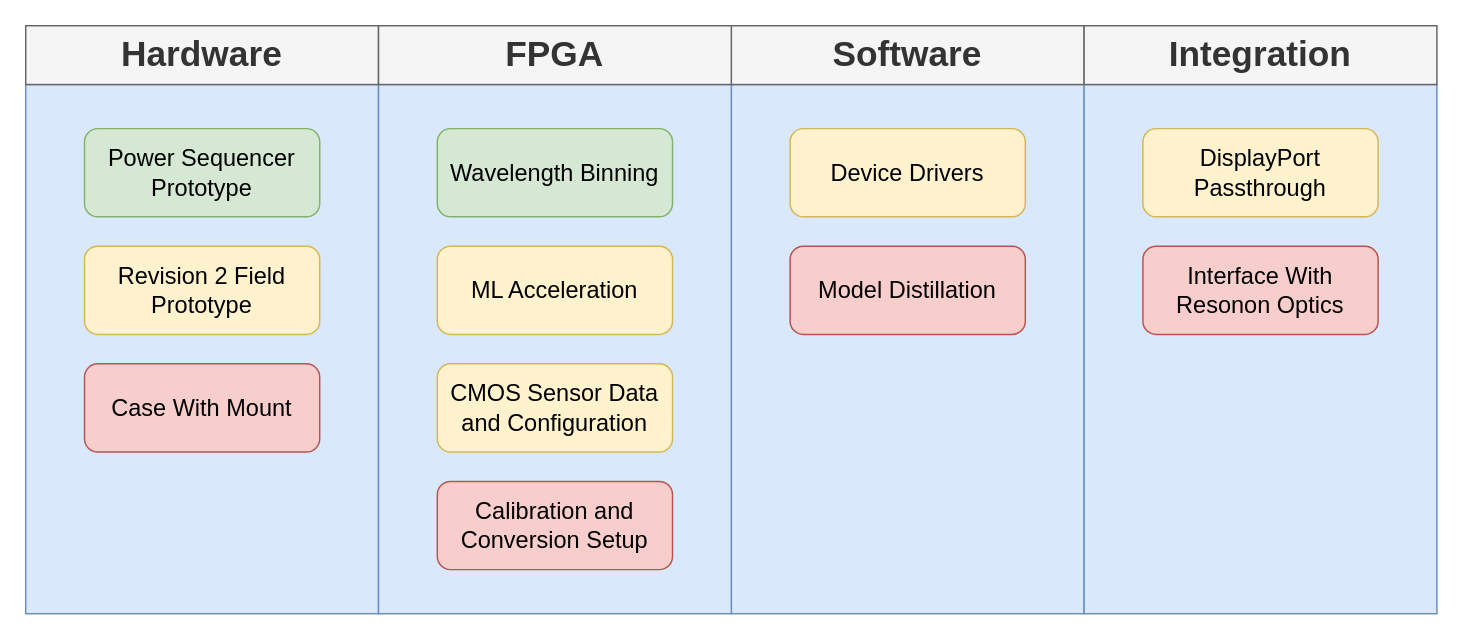
Earlier version of the draw.io diagram allHandsProgressDiagram.drawio (snider-lab-msu/figures). Source tidied: cells renumbered, new cells numbered last; positions are measured from the earlier drawing's top-left corner, leaving out a move shared by most shapes. Both pictures are drawn from the tidied source at 147%, with x=0, y=0 at pixel (25, 25).
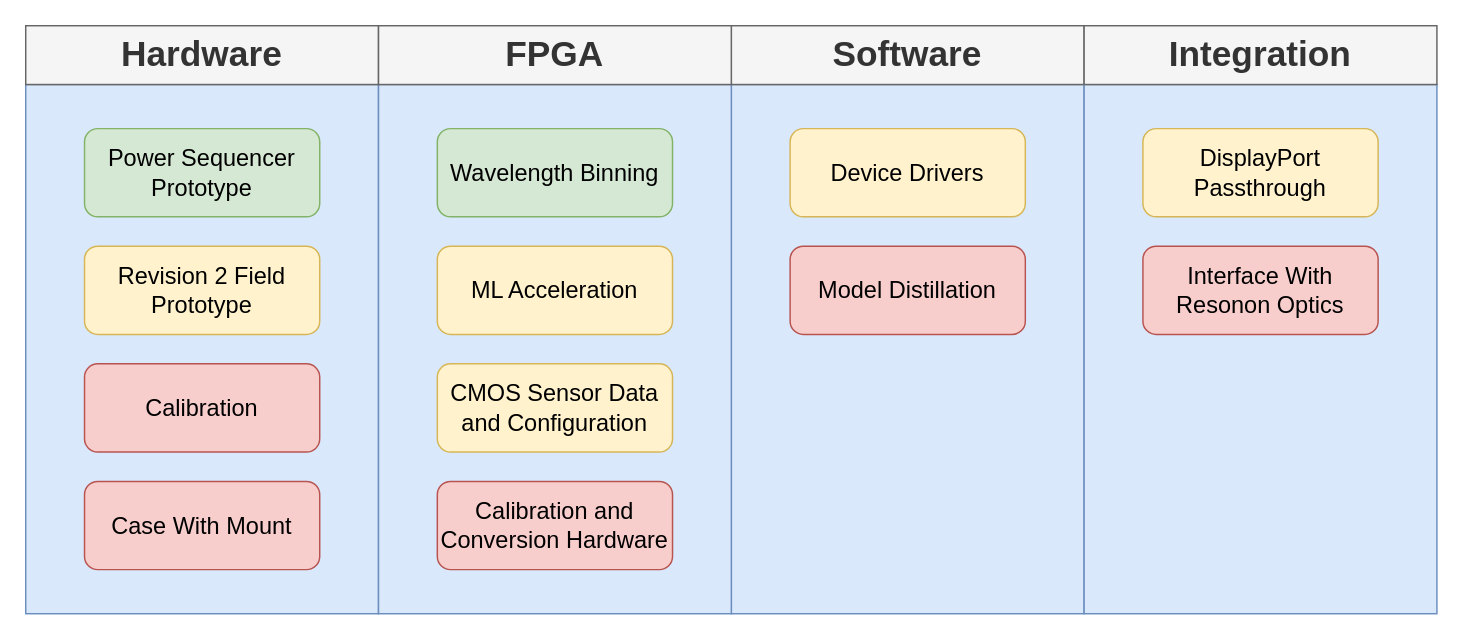
Above is the later version.

What changed in the source:
```diff
@@
     <mxCell id="10" value="Case With Mount" style="rounded=1;whiteSpace=wrap;html=1;fillColor=#f8cecc;strokeColor=#b85450;fontSize=16;" parent="1" vertex="1">
-      <mxGeometry x="40" y="230" width="160" height="60" as="geometry" />
+      <mxGeometry x="40" y="310" width="160" height="60" as="geometry" />
     </mxCell>
@@
-    <mxCell id="16" value="Calibration and Conversion Setup" style="rounded=1;whiteSpace=wrap;html=1;fillColor=#f8cecc;strokeColor=#b85450;fontSize=16;" parent="1" vertex="1">
+    <mxCell id="16" value="Calibration and Conversion Hardware" style="rounded=1;whiteSpace=wrap;html=1;fillColor=#f8cecc;strokeColor=#b85450;fontSize=16;" parent="1" vertex="1">
       <mxGeometry x="280" y="310" width="160" height="60" as="geometry" />
     </mxCell>
@@
+    <mxCell id="21" value="Calibration" style="rounded=1;whiteSpace=wrap;html=1;fillColor=#f8cecc;strokeColor=#b85450;fontSize=16;" parent="1" vertex="1">
+      <mxGeometry x="40" y="230" width="160" height="60" as="geometry" />
+    </mxCell>
```
